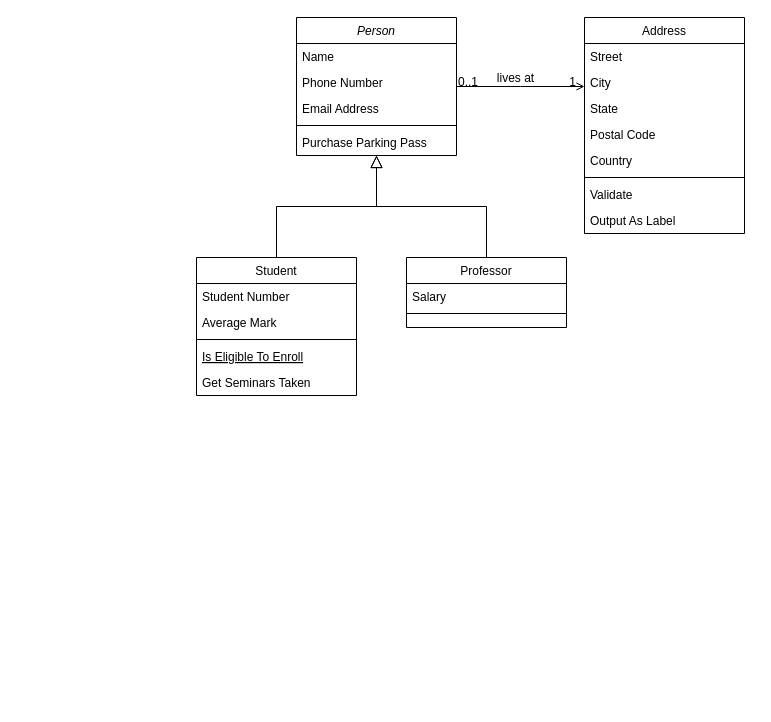
Above: db_final.drawio in flouressaint/myDiagrams (draw.io), before the change. Source tidied: cells renumbered, new cells numbered last; positions are measured from the earlier drawing's top-left corner, leaving out a move shared by most shapes. Both pictures are drawn from the tidied source at 100%, with x=0, y=0 at pixel (196, 17).
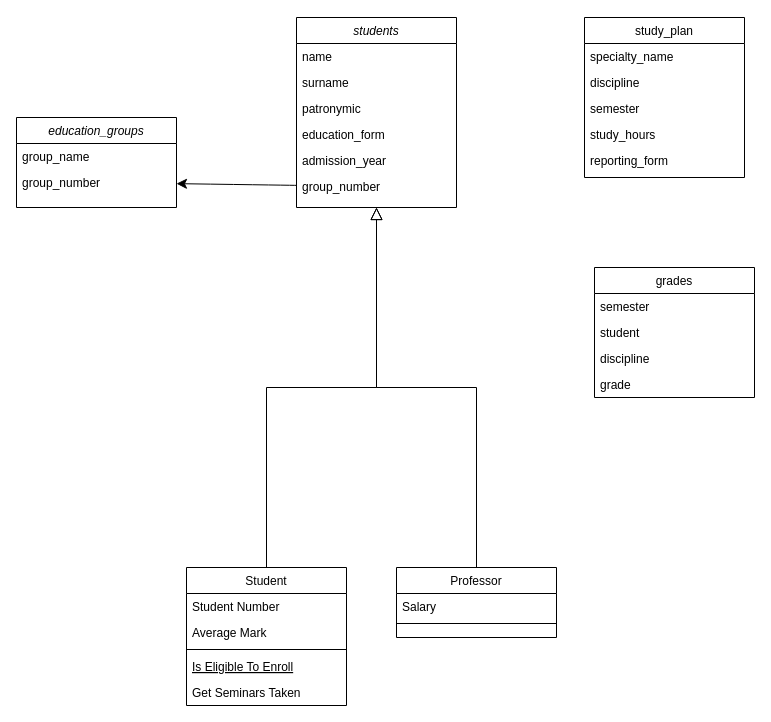
The same diagram, later.

Diff of the diagram source:
```diff
@@
-    <mxCell id="2" value="Person" style="swimlane;fontStyle=2;align=center;verticalAlign=top;horizontal=1;startSize=26;rounded=0;shadow=0;strokeWidth=1;" parent="1" vertex="1">
-      <mxGeometry x="100" width="160" height="138" as="geometry" />
+    <mxCell id="2" value="students" style="swimlane;fontStyle=2;align=center;verticalAlign=top;horizontal=1;startSize=26;rounded=0;shadow=0;strokeWidth=1;" parent="1" vertex="1">
+      <mxGeometry x="100" width="160" height="190" as="geometry" />
     </mxCell>
-    <mxCell id="3" value="Name" style="text;align=left;verticalAlign=top;spacingLeft=4;spacingRight=4;overflow=hidden;" parent="2" vertex="1">
+    <mxCell id="3" value="name" style="text;align=left;verticalAlign=top;spacingLeft=4;spacingRight=4;overflow=hidden;" parent="2" vertex="1">
       <mxGeometry y="26" width="160" height="26" as="geometry" />
     </mxCell>
-    <mxCell id="4" value="Phone Number" style="text;align=left;verticalAlign=top;spacingLeft=4;spacingRight=4;overflow=hidden;rounded=0;shadow=0;html=0;" parent="2" vertex="1">
+    <mxCell id="4" value="surname" style="text;align=left;verticalAlign=top;spacingLeft=4;spacingRight=4;overflow=hidden;rounded=0;shadow=0;html=0;" parent="2" vertex="1">
       <mxGeometry y="52" width="160" height="26" as="geometry" />
     </mxCell>
-    <mxCell id="5" value="Email Address" style="text;align=left;verticalAlign=top;spacingLeft=4;spacingRight=4;overflow=hidden;rounded=0;shadow=0;html=0;" parent="2" vertex="1">
+    <mxCell id="5" value="patronymic" style="text;align=left;verticalAlign=top;spacingLeft=4;spacingRight=4;overflow=hidden;rounded=0;shadow=0;html=0;" parent="2" vertex="1">
       <mxGeometry y="78" width="160" height="26" as="geometry" />
     </mxCell>
-    <mxCell id="6" style="line;html=1;strokeWidth=1;align=left;verticalAlign=middle;spacingTop=-1;spacingLeft=3;spacingRight=3;labelPosition=right;" parent="2" vertex="1">
-      <mxGeometry y="104" width="160" height="8" as="geometry" />
-    </mxCell>
-    <mxCell id="7" value="Purchase Parking Pass" style="text;align=left;verticalAlign=top;spacingLeft=4;spacingRight=4;overflow=hidden;" parent="2" vertex="1">
-      <mxGeometry y="112" width="160" height="26" as="geometry" />
-    </mxCell>
+    <mxCell id="32" value="education_form" style="text;align=left;verticalAlign=top;spacingLeft=4;spacingRight=4;overflow=hidden;rounded=0;shadow=0;html=0;" parent="2" vertex="1">
+      <mxGeometry y="104" width="160" height="26" as="geometry" />
+    </mxCell>
+    <mxCell id="33" value="admission_year" style="text;align=left;verticalAlign=top;spacingLeft=4;spacingRight=4;overflow=hidden;rounded=0;shadow=0;html=0;" parent="2" vertex="1">
+      <mxGeometry y="130" width="160" height="26" as="geometry" />
+    </mxCell>
+    <mxCell id="34" value="group_number" style="text;align=left;verticalAlign=top;spacingLeft=4;spacingRight=4;overflow=hidden;points=[[0,0.5],[1,0.5]];portConstraint=eastwest;rounded=0;shadow=0;html=0;" parent="2" vertex="1">
+      <mxGeometry y="156" width="160" height="26" as="geometry" />
+    </mxCell>
     <mxCell id="8" value="Student" style="swimlane;fontStyle=0;align=center;verticalAlign=top;horizontal=1;startSize=26;rounded=0;shadow=0;strokeWidth=1;" parent="1" vertex="1">
-      <mxGeometry y="240" width="160" height="138" as="geometry" />
+      <mxGeometry x="-10" y="550" width="160" height="138" as="geometry" />
     </mxCell>
@@
     <mxCell id="15" value="Professor" style="swimlane;fontStyle=0;align=center;verticalAlign=top;horizontal=1;startSize=26;rounded=0;shadow=0;strokeWidth=1;" parent="1" vertex="1">
-      <mxGeometry x="210" y="240" width="160" height="70" as="geometry" />
+      <mxGeometry x="200" y="550" width="160" height="70" as="geometry" />
     </mxCell>
@@
-    <mxCell id="19" value="Address" style="swimlane;fontStyle=0;align=center;verticalAlign=top;horizontal=1;startSize=26;rounded=0;shadow=0;strokeWidth=1;" parent="1" vertex="1">
-      <mxGeometry x="388" width="160" height="216" as="geometry" />
+    <mxCell id="19" value="study_plan" style="swimlane;fontStyle=0;align=center;verticalAlign=top;horizontal=1;startSize=26;rounded=0;shadow=0;strokeWidth=1;" parent="1" vertex="1">
+      <mxGeometry x="388" width="160" height="160" as="geometry" />
     </mxCell>
-    <mxCell id="20" value="Street" style="text;align=left;verticalAlign=top;spacingLeft=4;spacingRight=4;overflow=hidden;" parent="19" vertex="1">
+    <mxCell id="20" value="specialty_name" style="text;align=left;verticalAlign=top;spacingLeft=4;spacingRight=4;overflow=hidden;" parent="19" vertex="1">
       <mxGeometry y="26" width="160" height="26" as="geometry" />
     </mxCell>
-    <mxCell id="21" value="City" style="text;align=left;verticalAlign=top;spacingLeft=4;spacingRight=4;overflow=hidden;rounded=0;shadow=0;html=0;" parent="19" vertex="1">
+    <mxCell id="21" value="discipline" style="text;align=left;verticalAlign=top;spacingLeft=4;spacingRight=4;overflow=hidden;rounded=0;shadow=0;html=0;" parent="19" vertex="1">
       <mxGeometry y="52" width="160" height="26" as="geometry" />
     </mxCell>
-    <mxCell id="22" value="State" style="text;align=left;verticalAlign=top;spacingLeft=4;spacingRight=4;overflow=hidden;rounded=0;shadow=0;html=0;" parent="19" vertex="1">
+    <mxCell id="22" value="semester" style="text;align=left;verticalAlign=top;spacingLeft=4;spacingRight=4;overflow=hidden;rounded=0;shadow=0;html=0;" parent="19" vertex="1">
       <mxGeometry y="78" width="160" height="26" as="geometry" />
     </mxCell>
-    <mxCell id="23" value="Postal Code" style="text;align=left;verticalAlign=top;spacingLeft=4;spacingRight=4;overflow=hidden;rounded=0;shadow=0;html=0;" parent="19" vertex="1">
+    <mxCell id="23" value="study_hours" style="text;align=left;verticalAlign=top;spacingLeft=4;spacingRight=4;overflow=hidden;rounded=0;shadow=0;html=0;" parent="19" vertex="1">
       <mxGeometry y="104" width="160" height="26" as="geometry" />
     </mxCell>
-    <mxCell id="24" value="Country" style="text;align=left;verticalAlign=top;spacingLeft=4;spacingRight=4;overflow=hidden;rounded=0;shadow=0;html=0;" parent="19" vertex="1">
+    <mxCell id="24" value="reporting_form" style="text;align=left;verticalAlign=top;spacingLeft=4;spacingRight=4;overflow=hidden;rounded=0;shadow=0;html=0;" parent="19" vertex="1">
       <mxGeometry y="130" width="160" height="26" as="geometry" />
     </mxCell>
-    <mxCell id="25" style="line;html=1;strokeWidth=1;align=left;verticalAlign=middle;spacingTop=-1;spacingLeft=3;spacingRight=3;labelPosition=right;" parent="19" vertex="1">
-      <mxGeometry y="156" width="160" height="8" as="geometry" />
-    </mxCell>
-    <mxCell id="26" value="Validate" style="text;align=left;verticalAlign=top;spacingLeft=4;spacingRight=4;overflow=hidden;" parent="19" vertex="1">
-      <mxGeometry y="164" width="160" height="26" as="geometry" />
-    </mxCell>
-    <mxCell id="27" value="Output As Label" style="text;align=left;verticalAlign=top;spacingLeft=4;spacingRight=4;overflow=hidden;" parent="19" vertex="1">
-      <mxGeometry y="190" width="160" height="26" as="geometry" />
-    </mxCell>
-    <mxCell id="28" style="endArrow=open;shadow=0;strokeWidth=1;rounded=0;endFill=1;edgeStyle=elbowEdgeStyle;elbow=vertical;" parent="1" edge="1" source="2" target="19">
-      <mxGeometry x="0.5" y="41" relative="1" as="geometry">
-        <mxPoint x="-40" y="32" as="offset" />
-      </mxGeometry>
-    </mxCell>
-    <mxCell id="29" value="0..1" style="align=left;verticalAlign=bottom;labelBackgroundColor=none;fontSize=12;" parent="28" vertex="1">
-      <mxGeometry x="-1" relative="1" as="geometry">
-        <mxPoint y="4" as="offset" />
-      </mxGeometry>
-    </mxCell>
-    <mxCell id="30" value="1" style="align=right;verticalAlign=bottom;labelBackgroundColor=none;fontSize=12;" parent="28" vertex="1">
-      <mxGeometry x="1" relative="1" as="geometry">
-        <mxPoint x="-7" y="4" as="offset" />
-      </mxGeometry>
-    </mxCell>
-    <mxCell id="31" value="lives at" style="text;html=1;align=center;verticalAlign=middle;labelBackgroundColor=none;rounded=0;shadow=0;strokeWidth=1;fontSize=12;" parent="28" vertex="1">
-      <mxGeometry x="0.5" y="49" relative="1" as="geometry">
-        <mxPoint x="-38" y="40" as="offset" />
-      </mxGeometry>
-    </mxCell>
+    <mxCell id="35" value="education_groups" style="swimlane;fontStyle=2;align=center;verticalAlign=top;horizontal=1;startSize=26;rounded=0;shadow=0;strokeWidth=1;" parent="1" vertex="1">
+      <mxGeometry x="-180" y="100" width="160" height="90" as="geometry" />
+    </mxCell>
+    <mxCell id="36" value="group_name" style="text;align=left;verticalAlign=top;spacingLeft=4;spacingRight=4;overflow=hidden;rounded=0;shadow=0;html=0;" parent="35" vertex="1">
+      <mxGeometry y="26" width="160" height="26" as="geometry" />
+    </mxCell>
+    <mxCell id="37" value="group_number" style="text;align=left;verticalAlign=top;spacingLeft=4;spacingRight=4;overflow=hidden;points=[[0,0.5],[1,0.5]];portConstraint=eastwest;rounded=0;shadow=0;html=0;" parent="35" vertex="1">
+      <mxGeometry y="52" width="160" height="26" as="geometry" />
+    </mxCell>
+    <mxCell id="38" style="edgeStyle=none;curved=1;rounded=0;jettySize=auto;html=1;fontSize=12;startSize=8;endSize=8;" parent="1" edge="1" source="34" target="37">
+      <mxGeometry relative="1" as="geometry" />
+    </mxCell>
+    <mxCell id="39" value="grades" style="swimlane;fontStyle=0;align=center;verticalAlign=top;horizontal=1;startSize=26;rounded=0;shadow=0;strokeWidth=1;" parent="1" vertex="1">
+      <mxGeometry x="398" y="250" width="160" height="130" as="geometry" />
+    </mxCell>
+    <mxCell id="40" value="semester" style="text;align=left;verticalAlign=top;spacingLeft=4;spacingRight=4;overflow=hidden;" parent="39" vertex="1">
+      <mxGeometry y="26" width="160" height="26" as="geometry" />
+    </mxCell>
+    <mxCell id="41" value="student" style="text;align=left;verticalAlign=top;spacingLeft=4;spacingRight=4;overflow=hidden;rounded=0;shadow=0;html=0;" parent="39" vertex="1">
+      <mxGeometry y="52" width="160" height="26" as="geometry" />
+    </mxCell>
+    <mxCell id="42" value="discipline" style="text;align=left;verticalAlign=top;spacingLeft=4;spacingRight=4;overflow=hidden;rounded=0;shadow=0;html=0;" parent="39" vertex="1">
+      <mxGeometry y="78" width="160" height="26" as="geometry" />
+    </mxCell>
+    <mxCell id="43" value="grade" style="text;align=left;verticalAlign=top;spacingLeft=4;spacingRight=4;overflow=hidden;rounded=0;shadow=0;html=0;" parent="39" vertex="1">
+      <mxGeometry y="104" width="160" height="26" as="geometry" />
+    </mxCell>
```
